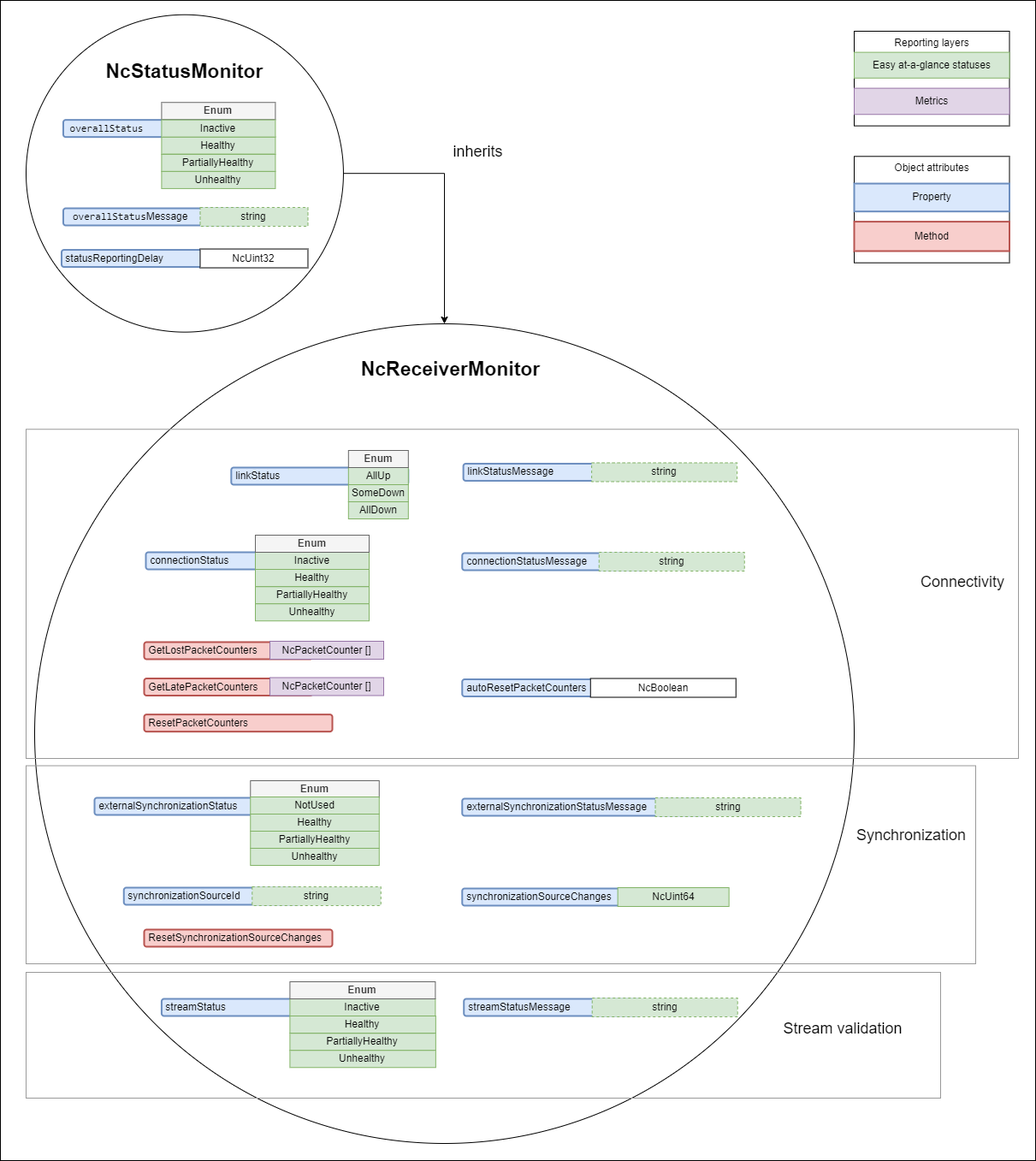
This is docs/images/receiver-model-minimal.png from AMWA-TV/bcp-008-01, a draw.io export, as it was before one commit. Source tidied: cells renumbered, new cells last; positions are measured from the earlier drawing's top-left corner, leaving out a move shared by most shapes.
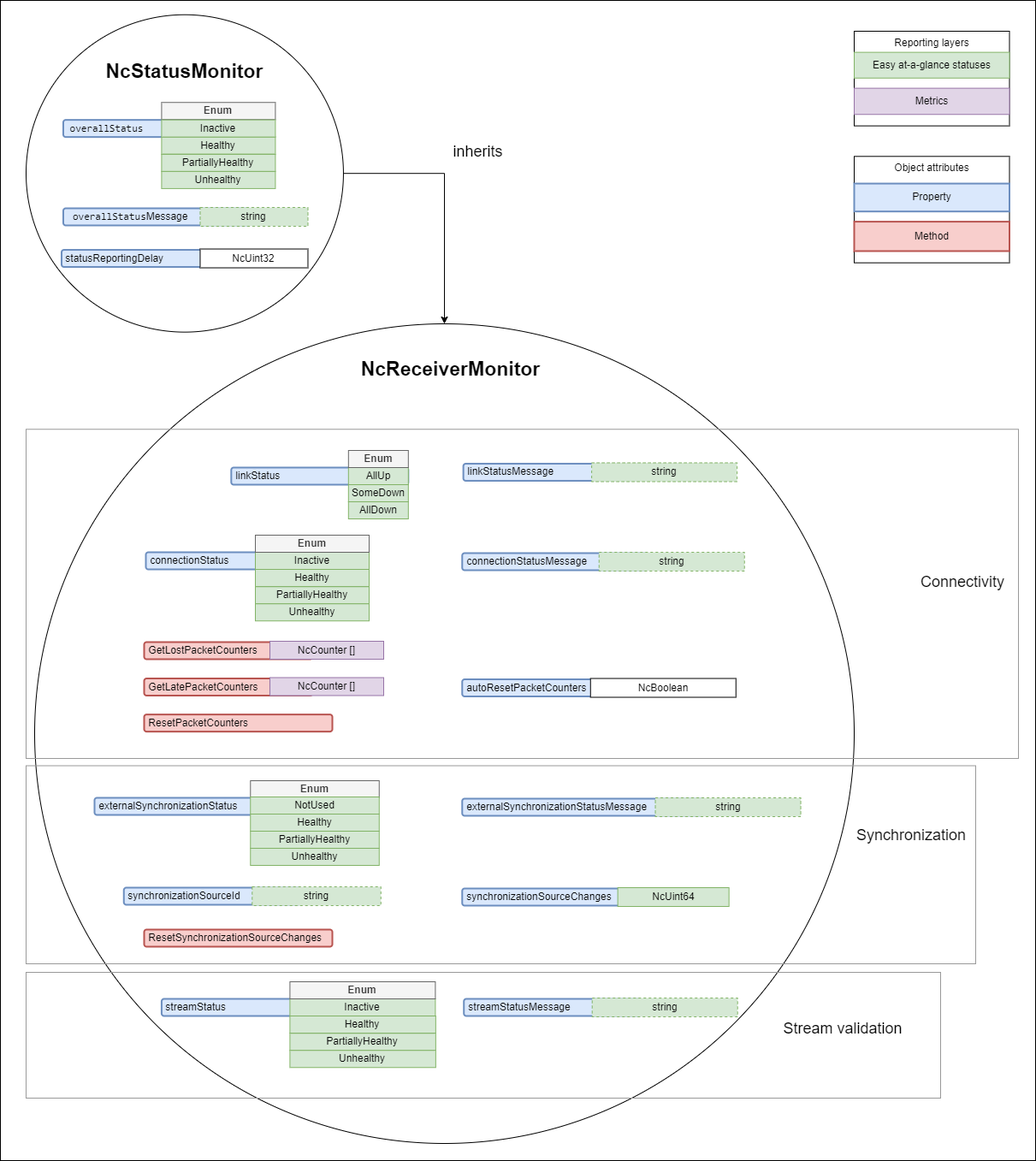
The same diagram one commit later.

Change to the diagram source:
```diff
@@ -65,13 +65,13 @@
     <mxCell id="22" value="&amp;nbsp;GetLostPacketCounters" style="rounded=1;whiteSpace=wrap;html=1;align=left;fillColor=#f8cecc;strokeColor=#b85450;strokeWidth=2;" parent="1" vertex="1">
       <mxGeometry x="168" y="750" width="197" height="20" as="geometry" />
     </mxCell>
-    <mxCell id="23" value="NcPacketCounter []" style="rounded=0;whiteSpace=wrap;html=1;fillColor=#e1d5e7;strokeColor=#9673a6;" parent="1" vertex="1">
+    <mxCell id="23" value="NcCounter []" style="rounded=0;whiteSpace=wrap;html=1;fillColor=#e1d5e7;strokeColor=#9673a6;" parent="1" vertex="1">
       <mxGeometry x="315" y="749" width="133" height="21" as="geometry" />
     </mxCell>
     <mxCell id="24" value="&amp;nbsp;GetLatePacketCounters" style="rounded=1;whiteSpace=wrap;html=1;align=left;fillColor=#f8cecc;strokeColor=#b85450;strokeWidth=2;" parent="1" vertex="1">
       <mxGeometry x="168" y="792.5" width="197" height="20" as="geometry" />
     </mxCell>
-    <mxCell id="25" value="NcPacketCounter []" style="rounded=0;whiteSpace=wrap;html=1;fillColor=#e1d5e7;strokeColor=#9673a6;" parent="1" vertex="1">
+    <mxCell id="25" value="NcCounter []" style="rounded=0;whiteSpace=wrap;html=1;fillColor=#e1d5e7;strokeColor=#9673a6;" parent="1" vertex="1">
       <mxGeometry x="315" y="791.5" width="133" height="21" as="geometry" />
     </mxCell>
     <mxCell id="26" value="&amp;nbsp;ResetPacketCounters" style="rounded=1;whiteSpace=wrap;html=1;align=left;fillColor=#f8cecc;strokeColor=#b85450;strokeWidth=2;" parent="1" vertex="1">
```
